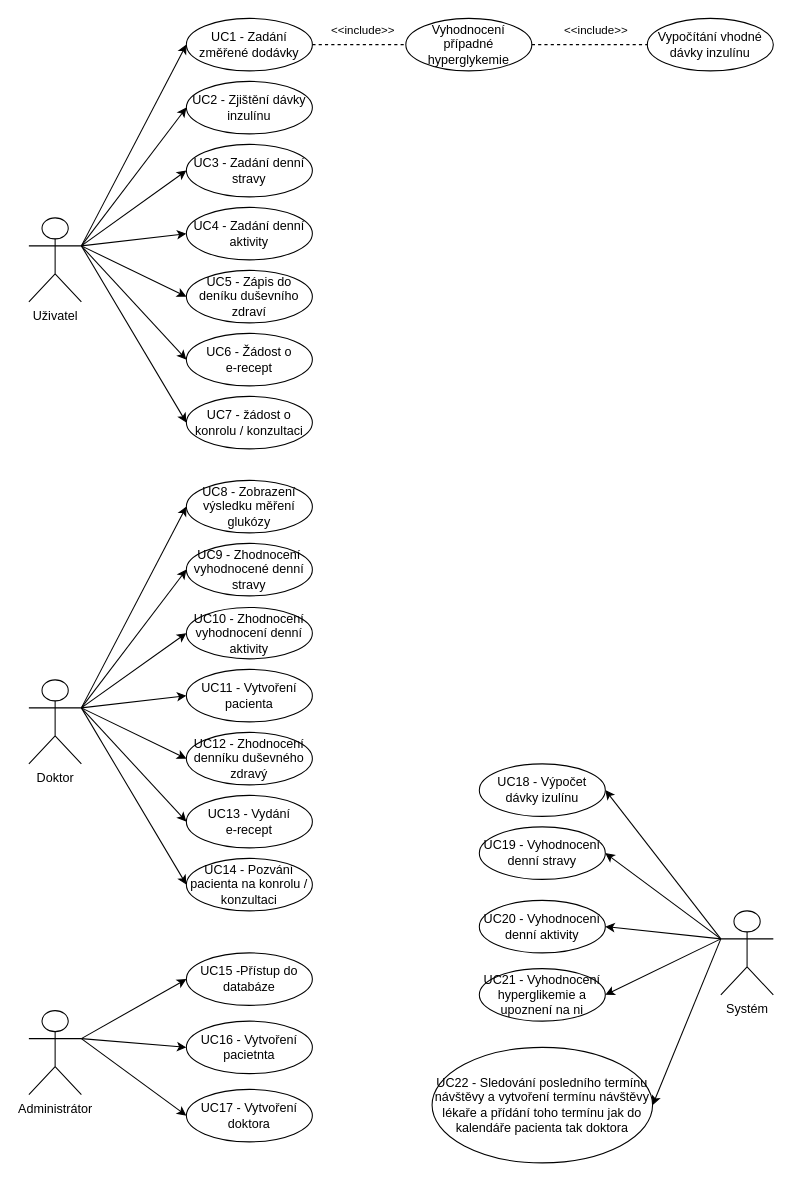
Above: Use_case_diagram/diabetes_app.drawio in IronKnee22/software_inz (draw.io), before the change. Source tidied: cells renumbered, new cells numbered last; positions are measured from the earlier drawing's top-left corner, leaving out a move shared by most shapes. Both pictures are drawn from the tidied source at 105%, with x=0, y=0 at pixel (28, 18).
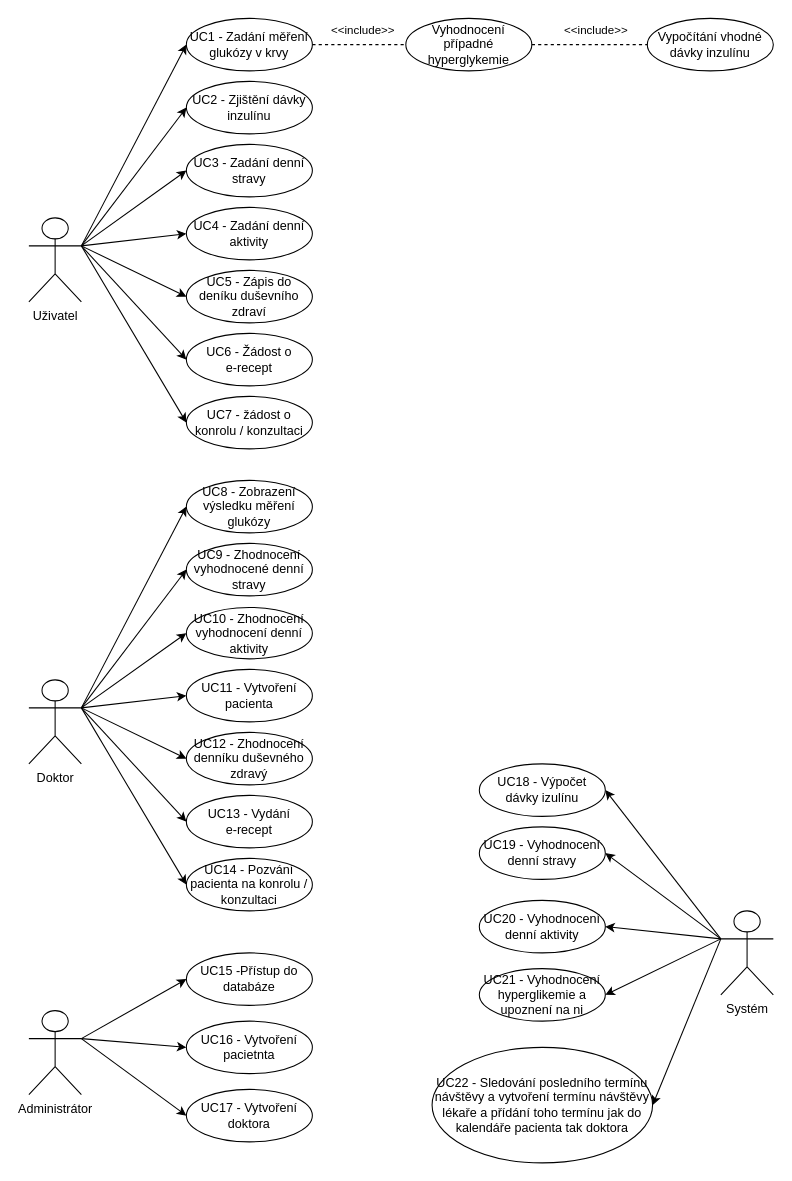
The same diagram, later.

Change to the diagram source:
```diff
@@
-    <mxCell id="29" value="UC1 - Zadání změřené dodávky" style="ellipse;whiteSpace=wrap;html=1;strokeColor=#000000;" parent="1" vertex="1">
+    <mxCell id="29" value="UC1 - Zadání měření glukózy v krvy" style="ellipse;whiteSpace=wrap;html=1;strokeColor=#000000;" parent="1" vertex="1">
       <mxGeometry x="150" width="120" height="50" as="geometry" />
     </mxCell>
```
